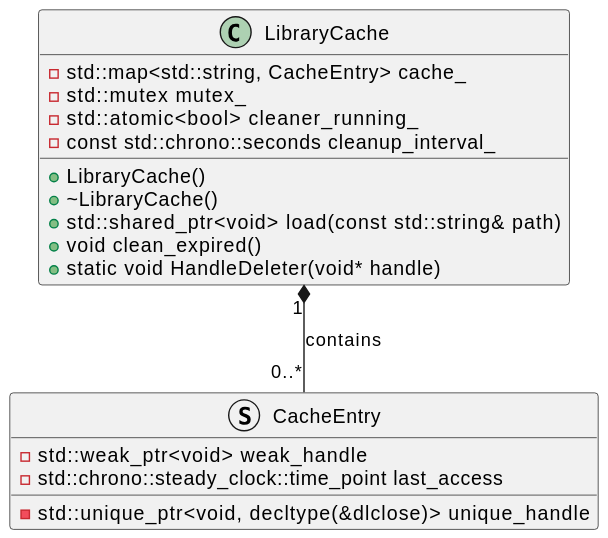
This is CPP/lib/ClassD.svg from greenhandzdl/others, a PlantUML export, as it was before one commit.
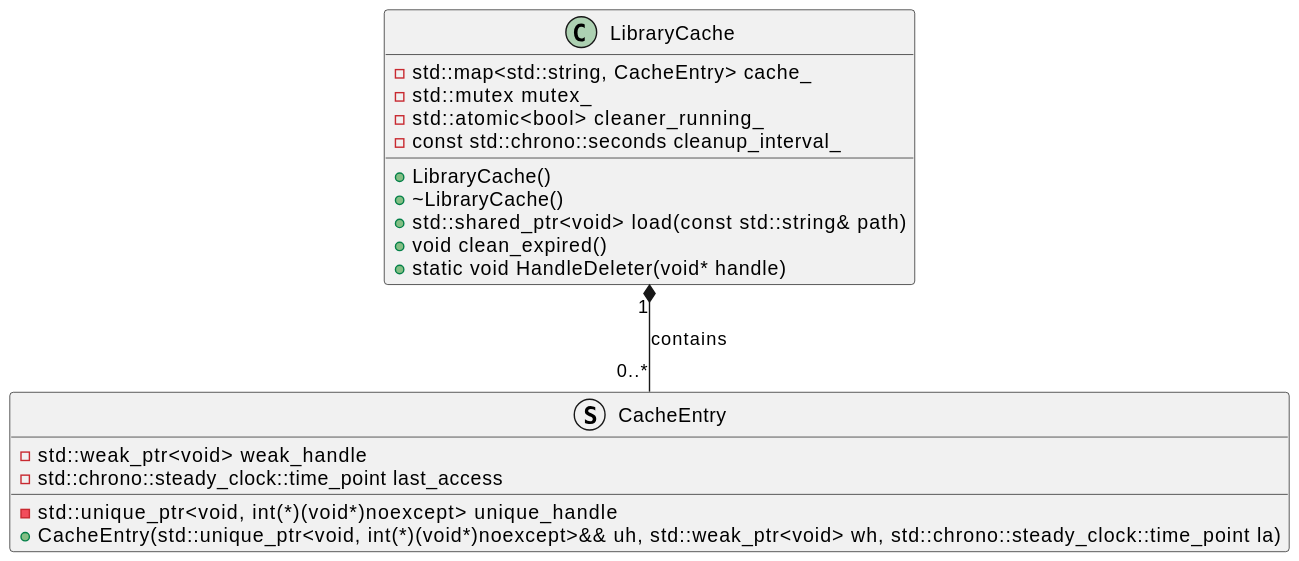
The same diagram one commit later.

What changed in the source:
```diff
@@ -12,9 +12,10 @@
 }
 
 struct CacheEntry {
-    -std::unique_ptr<void, decltype(&dlclose)> unique_handle
+    -std::unique_ptr<void, int(*)(void*)noexcept> unique_handle
     -std::weak_ptr<void> weak_handle
     -std::chrono::steady_clock::time_point last_access
+    +CacheEntry(std::unique_ptr<void, int(*)(void*)noexcept>&& uh, std::weak_ptr<void> wh, std::chrono::steady_clock::time_point la)
   }
 
 LibraryCache "1" *-- "0..*" CacheEntry : contains
```
